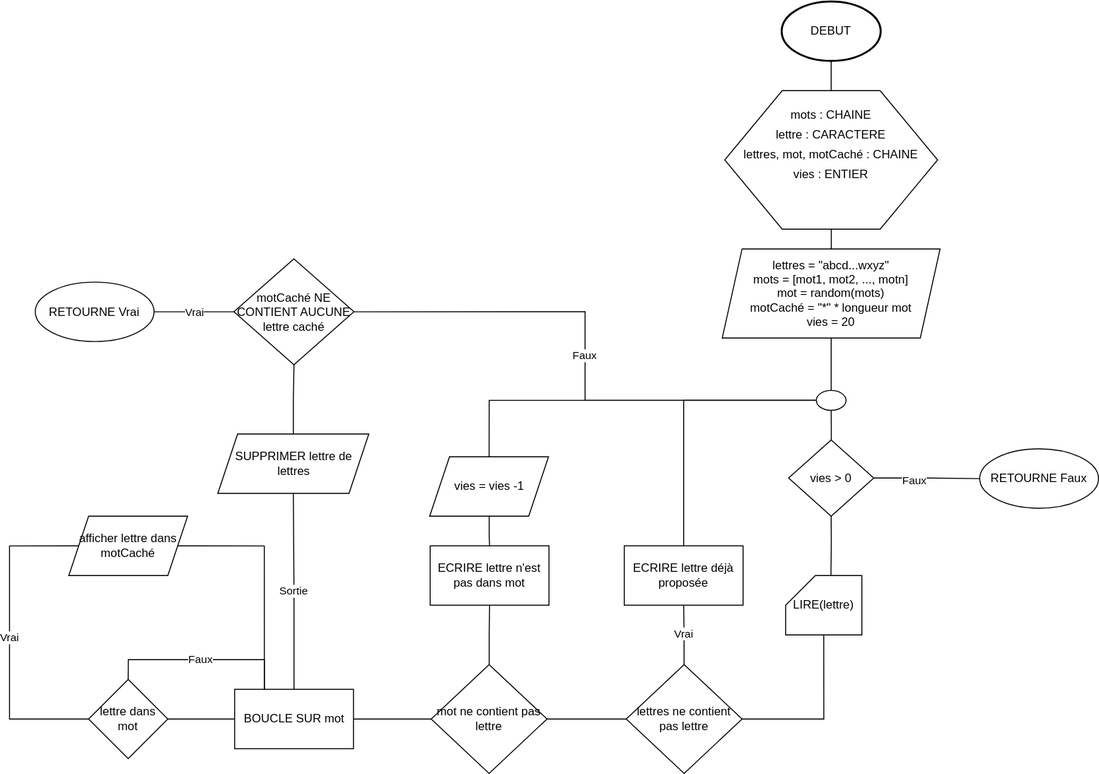
Before: 0869/hangman/hangman.drawio.svg, a diagram exported from draw.io (katseyres/esa). Source tidied: cells renumbered, new cells last; positions are measured from the earlier drawing's top-left corner, leaving out a move shared by most shapes.
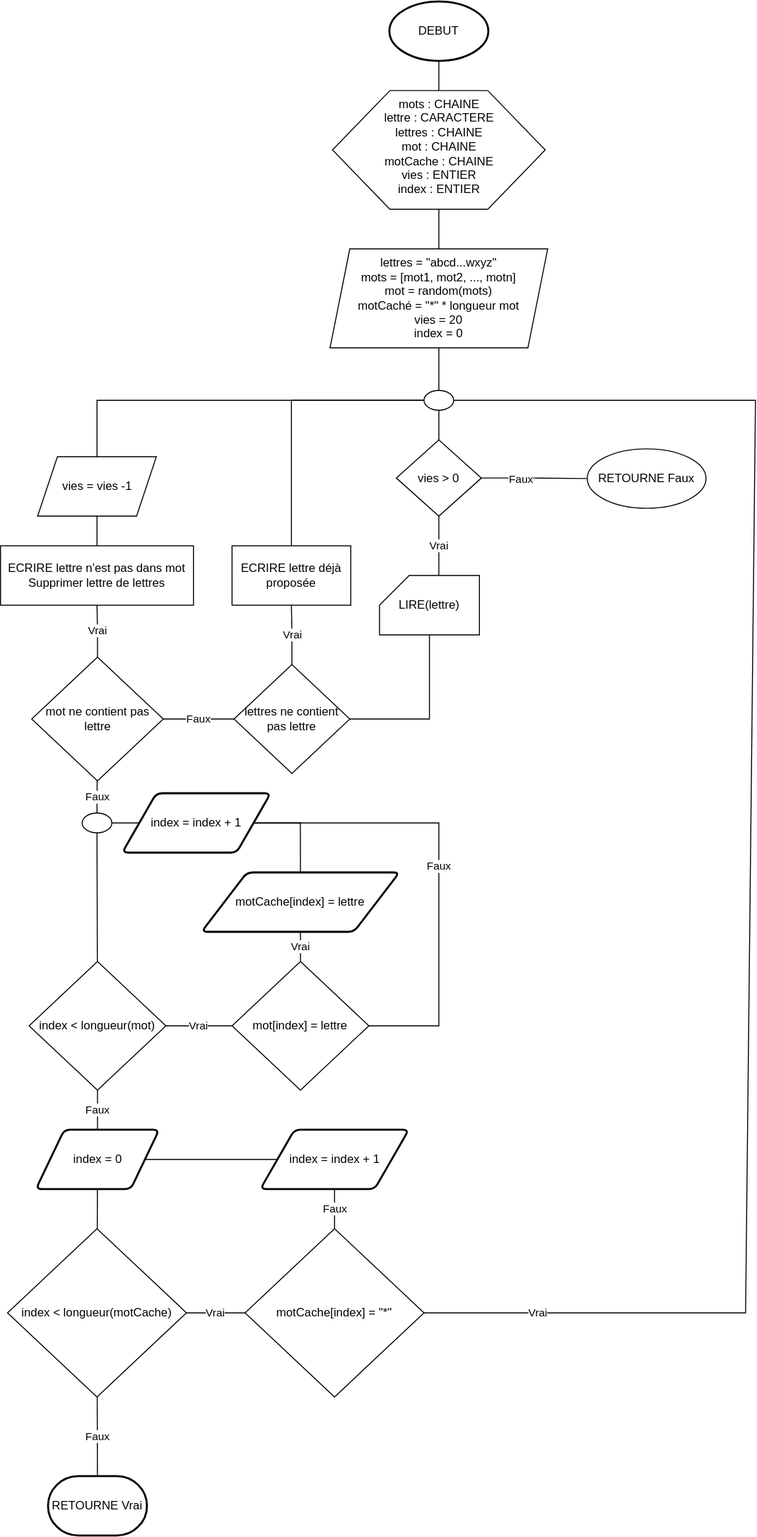
After the commit.

The edit, as a diff of the source:
```diff
@@ -2,8 +2,10 @@
   <root>
     <mxCell id="0" />
     <mxCell id="1" parent="0" />
-    <mxCell id="2" style="edgeStyle=orthogonalEdgeStyle;rounded=0;jettySize=auto;html=1;" parent="1" edge="1" source="3" target="9">
-      <mxGeometry relative="1" as="geometry" />
+    <mxCell id="2" style="edgeStyle=orthogonalEdgeStyle;rounded=0;jettySize=auto;html=1;" parent="1" edge="1" source="3">
+      <mxGeometry relative="1" as="geometry">
+        <mxPoint x="830" y="160" as="targetPoint" />
+      </mxGeometry>
     </mxCell>
     <mxCell id="3" value="DEBUT" style="strokeWidth=2;html=1;shape=mxgraph.flowchart.start_1;whiteSpace=wrap;" parent="1" vertex="1">
       <mxGeometry x="780" width="100" height="60" as="geometry" />
@@ -13,21 +15,9 @@
         <mxPoint x="830" y="260" as="targetPoint" />
       </mxGeometry>
     </mxCell>
-    <mxCell id="5" style="verticalLabelPosition=bottom;verticalAlign=top;html=1;shape=hexagon;perimeter=hexagonPerimeter2;arcSize=6;size=0.27;" parent="1" vertex="1">
-      <mxGeometry x="722.5" y="90" width="215" height="140" as="geometry" />
+    <mxCell id="5" value="mots : CHAINE&lt;br&gt;lettre : CARACTERE&lt;br&gt;lettres : CHAINE&lt;br&gt;mot : CHAINE&lt;br&gt;motCache : CHAINE&lt;br&gt;vies : ENTIER&lt;br&gt;index : ENTIER" style="verticalLabelPosition=center;verticalAlign=top;html=1;shape=hexagon;perimeter=hexagonPerimeter2;arcSize=6;size=0.27;" parent="1" vertex="1">
+      <mxGeometry x="722.5" y="90" width="215" height="120" as="geometry" />
     </mxCell>
-    <mxCell id="6" value="mots : CHAINE" style="text;html=1;strokeColor=none;fillColor=none;align=center;verticalAlign=middle;whiteSpace=wrap;rounded=0;" parent="1" vertex="1">
-      <mxGeometry x="785" y="100" width="90" height="30" as="geometry" />
-    </mxCell>
-    <mxCell id="7" value="lettre : CARACTERE" style="text;html=1;strokeColor=none;fillColor=none;align=center;verticalAlign=middle;whiteSpace=wrap;rounded=0;" parent="1" vertex="1">
-      <mxGeometry x="770" y="120" width="120" height="30" as="geometry" />
-    </mxCell>
-    <mxCell id="8" value="lettres, mot, motCaché : CHAINE" style="text;html=1;strokeColor=none;fillColor=none;align=center;verticalAlign=middle;whiteSpace=wrap;rounded=0;" parent="1" vertex="1">
-      <mxGeometry x="740" y="140" width="180" height="30" as="geometry" />
-    </mxCell>
-    <mxCell id="9" value="vies : ENTIER" style="text;html=1;strokeColor=none;fillColor=none;align=center;verticalAlign=middle;whiteSpace=wrap;rounded=0;" parent="1" vertex="1">
-      <mxGeometry x="790" y="160" width="80" height="30" as="geometry" />
-    </mxCell>
     <mxCell id="10" style="edgeStyle=orthogonalEdgeStyle;rounded=0;jettySize=auto;html=1;endArrow=none;endFill=0;" parent="1" edge="1" source="14" target="16">
       <mxGeometry relative="1" as="geometry" />
     </mxCell>
@@ -39,7 +29,7 @@
         <mxPoint y="4" as="offset" />
       </mxGeometry>
     </mxCell>
-    <mxCell id="13" style="edgeStyle=orthogonalEdgeStyle;rounded=0;jettySize=auto;html=1;exitX=0.5;exitY=1;exitDx=0;exitDy=0;entryX=0.594;entryY=0.013;entryDx=0;entryDy=0;entryPerimeter=0;endArrow=none;endFill=0;" parent="1" edge="1" source="14" target="33">
+    <mxCell id="13" value="Vrai" style="edgeStyle=orthogonalEdgeStyle;rounded=0;jettySize=auto;html=1;exitX=0.5;exitY=1;exitDx=0;exitDy=0;entryX=0.594;entryY=0.013;entryDx=0;entryDy=0;entryPerimeter=0;endArrow=none;endFill=0;" parent="1" edge="1" source="14" target="33">
       <mxGeometry relative="1" as="geometry" />
     </mxCell>
     <mxCell id="14" style="rhombus;whiteSpace=wrap;html=1;" parent="1" vertex="1">
@@ -62,7 +52,7 @@
     <mxCell id="19" value="Vrai" style="edgeStyle=orthogonalEdgeStyle;rounded=0;jettySize=auto;html=1;endArrow=none;endFill=0;" parent="1" edge="1" source="21" target="23">
       <mxGeometry relative="1" as="geometry" />
     </mxCell>
-    <mxCell id="20" style="edgeStyle=orthogonalEdgeStyle;rounded=0;jettySize=auto;html=1;endArrow=none;endFill=0;" parent="1" edge="1" source="21" target="26">
+    <mxCell id="20" value="Faux" style="edgeStyle=orthogonalEdgeStyle;rounded=0;jettySize=auto;html=1;endArrow=none;endFill=0;" parent="1" edge="1" source="21" target="26">
       <mxGeometry relative="1" as="geometry" />
     </mxCell>
     <mxCell id="21" value="lettres ne contient pas lettre" style="rhombus;whiteSpace=wrap;html=1;" parent="1" vertex="1">
@@ -74,20 +64,20 @@
     <mxCell id="23" value="ECRIRE lettre déjà proposée" style="whiteSpace=wrap;html=1;" parent="1" vertex="1">
       <mxGeometry x="621" y="550" width="120" height="60" as="geometry" />
     </mxCell>
-    <mxCell id="24" style="edgeStyle=orthogonalEdgeStyle;rounded=0;jettySize=auto;html=1;endArrow=none;endFill=0;" parent="1" edge="1" source="26" target="27">
+    <mxCell id="24" value="Vrai" style="edgeStyle=orthogonalEdgeStyle;rounded=0;jettySize=auto;html=1;endArrow=none;endFill=0;" parent="1" edge="1" source="26" target="27">
       <mxGeometry relative="1" as="geometry" />
     </mxCell>
-    <mxCell id="25" style="edgeStyle=orthogonalEdgeStyle;rounded=0;jettySize=auto;html=1;endArrow=none;endFill=0;" parent="1" edge="1" source="26" target="36">
-      <mxGeometry relative="1" as="geometry" />
-    </mxCell>
+    <mxCell id="48" value="Faux" style="edgeStyle=none;html=1;endArrow=none;endFill=0;" parent="1" edge="1" source="26" target="50">
+      <mxGeometry relative="1" as="geometry" />
+    </mxCell>
     <mxCell id="26" value="mot ne contient pas lettre" style="rhombus;whiteSpace=wrap;html=1;" parent="1" vertex="1">
-      <mxGeometry x="426" y="670" width="117" height="110" as="geometry" />
+      <mxGeometry x="418.5" y="662.5" width="133" height="125" as="geometry" />
     </mxCell>
-    <mxCell id="27" value="ECRIRE lettre n'est pas dans mot" style="whiteSpace=wrap;html=1;" parent="1" vertex="1">
-      <mxGeometry x="425" y="550" width="120" height="60" as="geometry" />
+    <mxCell id="27" value="ECRIRE lettre n'est pas dans mot&lt;br&gt;Supprimer lettre de lettres" style="whiteSpace=wrap;html=1;" parent="1" vertex="1">
+      <mxGeometry x="387" y="550" width="195" height="60" as="geometry" />
     </mxCell>
-    <mxCell id="28" value="&lt;span&gt;lettres = &quot;abcd...wxyz&quot;&lt;/span&gt;&lt;br&gt;&lt;span&gt;mots = [mot1, mot2, ..., motn]&lt;/span&gt;&lt;br&gt;&lt;span&gt;mot = random(mots)&lt;/span&gt;&lt;br&gt;&lt;span&gt;motCaché = &quot;*&quot; * longueur mot&lt;/span&gt;&lt;br&gt;&lt;span&gt;vies = 20&lt;/span&gt;" style="shape=parallelogram;perimeter=parallelogramPerimeter;whiteSpace=wrap;html=1;fixedSize=1;" parent="1" vertex="1">
-      <mxGeometry x="720" y="250" width="220" height="90" as="geometry" />
+    <mxCell id="28" value="&lt;span&gt;lettres = &quot;abcd...wxyz&quot;&lt;/span&gt;&lt;br&gt;&lt;span&gt;mots = [mot1, mot2, ..., motn]&lt;/span&gt;&lt;br&gt;&lt;span&gt;mot = random(mots)&lt;/span&gt;&lt;br&gt;&lt;span&gt;motCaché = &quot;*&quot; * longueur mot&lt;/span&gt;&lt;br&gt;&lt;span&gt;vies = 20&lt;br&gt;index = 0&lt;br&gt;&lt;/span&gt;" style="shape=parallelogram;perimeter=parallelogramPerimeter;whiteSpace=wrap;html=1;fixedSize=1;" parent="1" vertex="1">
+      <mxGeometry x="720" y="250" width="220" height="100" as="geometry" />
     </mxCell>
     <mxCell id="29" style="edgeStyle=orthogonalEdgeStyle;rounded=0;jettySize=auto;html=1;exitX=0.5;exitY=0;exitDx=0;exitDy=0;entryX=0;entryY=0.5;entryDx=0;entryDy=0;endArrow=none;endFill=0;" parent="1" edge="1" source="31" target="16">
       <mxGeometry relative="1" as="geometry" />
@@ -102,54 +92,92 @@
       <mxGeometry relative="1" as="geometry" />
     </mxCell>
     <mxCell id="33" value="LIRE(lettre)" style="shape=card;whiteSpace=wrap;html=1;" parent="1" vertex="1">
-      <mxGeometry x="784" y="580" width="77" height="60" as="geometry" />
+      <mxGeometry x="770" y="580" width="101" height="60" as="geometry" />
     </mxCell>
-    <mxCell id="34" style="edgeStyle=orthogonalEdgeStyle;rounded=0;jettySize=auto;html=1;endArrow=none;endFill=0;" parent="1" edge="1" source="36" target="39">
-      <mxGeometry relative="1" as="geometry" />
-    </mxCell>
-    <mxCell id="35" value="Sortie" style="edgeStyle=orthogonalEdgeStyle;rounded=0;jettySize=auto;html=1;endArrow=none;endFill=0;" parent="1" edge="1" source="36" target="43">
-      <mxGeometry relative="1" as="geometry" />
-    </mxCell>
-    <mxCell id="36" value="BOUCLE SUR mot" style="whiteSpace=wrap;html=1;" parent="1" vertex="1">
-      <mxGeometry x="227.5" y="695" width="120" height="60" as="geometry" />
-    </mxCell>
-    <mxCell id="37" value="Vrai" style="edgeStyle=orthogonalEdgeStyle;rounded=0;jettySize=auto;html=1;exitX=0;exitY=0.5;exitDx=0;exitDy=0;entryX=0;entryY=0.5;entryDx=0;entryDy=0;endArrow=none;endFill=0;" parent="1" edge="1" source="39" target="41">
-      <mxGeometry relative="1" as="geometry">
-        <Array as="points">
-          <mxPoint y="725" />
-          <mxPoint y="550" />
-        </Array>
-      </mxGeometry>
-    </mxCell>
-    <mxCell id="38" value="Faux" style="edgeStyle=orthogonalEdgeStyle;rounded=0;jettySize=auto;html=1;exitX=0.5;exitY=0;exitDx=0;exitDy=0;entryX=0.25;entryY=0;entryDx=0;entryDy=0;endArrow=none;endFill=0;" parent="1" edge="1" source="39" target="36">
-      <mxGeometry relative="1" as="geometry" />
-    </mxCell>
-    <mxCell id="39" value="lettre dans mot" style="rhombus;whiteSpace=wrap;html=1;" parent="1" vertex="1">
-      <mxGeometry x="80" y="685" width="80" height="80" as="geometry" />
-    </mxCell>
-    <mxCell id="40" style="edgeStyle=orthogonalEdgeStyle;rounded=0;jettySize=auto;html=1;exitX=1;exitY=0.5;exitDx=0;exitDy=0;entryX=0.25;entryY=0;entryDx=0;entryDy=0;endArrow=none;endFill=0;" parent="1" edge="1" source="41" target="36">
-      <mxGeometry relative="1" as="geometry" />
-    </mxCell>
-    <mxCell id="41" value="afficher lettre dans motCaché" style="shape=parallelogram;perimeter=parallelogramPerimeter;whiteSpace=wrap;html=1;fixedSize=1;" parent="1" vertex="1">
-      <mxGeometry x="60" y="520" width="120" height="60" as="geometry" />
-    </mxCell>
-    <mxCell id="42" style="edgeStyle=orthogonalEdgeStyle;rounded=0;jettySize=auto;html=1;endArrow=none;endFill=0;" parent="1" edge="1" source="43" target="46">
-      <mxGeometry relative="1" as="geometry" />
-    </mxCell>
-    <mxCell id="43" value="SUPPRIMER lettre de lettres" style="shape=parallelogram;perimeter=parallelogramPerimeter;whiteSpace=wrap;html=1;fixedSize=1;" parent="1" vertex="1">
-      <mxGeometry x="210.5" y="437" width="152.5" height="60" as="geometry" />
-    </mxCell>
-    <mxCell id="44" value="Faux" style="edgeStyle=orthogonalEdgeStyle;rounded=0;jettySize=auto;html=1;exitX=1;exitY=0.5;exitDx=0;exitDy=0;entryX=0;entryY=0.5;entryDx=0;entryDy=0;endArrow=none;endFill=0;" parent="1" edge="1" source="46" target="16">
-      <mxGeometry relative="1" as="geometry" />
-    </mxCell>
-    <mxCell id="45" value="Vrai" style="edgeStyle=orthogonalEdgeStyle;rounded=0;jettySize=auto;html=1;endArrow=none;endFill=0;" parent="1" edge="1" source="46" target="47">
-      <mxGeometry relative="1" as="geometry" />
-    </mxCell>
-    <mxCell id="46" value="motCaché NE CONTIENT AUCUNE lettre caché" style="rhombus;whiteSpace=wrap;html=1;" parent="1" vertex="1">
-      <mxGeometry x="226.8" y="260" width="121.2" height="107" as="geometry" />
-    </mxCell>
+    <mxCell id="49" style="edgeStyle=none;html=1;endArrow=none;endFill=0;" parent="1" edge="1" source="50" target="53">
+      <mxGeometry relative="1" as="geometry" />
+    </mxCell>
+    <mxCell id="50" style="ellipse;whiteSpace=wrap;html=1;" parent="1" vertex="1">
+      <mxGeometry x="469.5" y="820" width="30" height="20" as="geometry" />
+    </mxCell>
+    <mxCell id="51" value="Vrai" style="edgeStyle=none;html=1;endArrow=none;endFill=0;" parent="1" edge="1" source="53" target="56">
+      <mxGeometry relative="1" as="geometry" />
+    </mxCell>
+    <mxCell id="52" value="Faux" style="edgeStyle=none;rounded=0;html=1;endArrow=none;endFill=0;" parent="1" edge="1" source="53">
+      <mxGeometry relative="1" as="geometry">
+        <mxPoint x="485" y="1140" as="targetPoint" />
+      </mxGeometry>
+    </mxCell>
+    <mxCell id="53" value="index &amp;lt; longueur(mot)" style="rhombus;whiteSpace=wrap;html=1;" parent="1" vertex="1">
+      <mxGeometry x="415.9" y="970" width="138.3" height="130" as="geometry" />
+    </mxCell>
+    <mxCell id="54" value="Vrai" style="edgeStyle=none;html=1;endArrow=none;endFill=0;" parent="1" edge="1" source="56" target="58">
+      <mxGeometry relative="1" as="geometry" />
+    </mxCell>
+    <mxCell id="55" value="Faux" style="edgeStyle=none;rounded=0;html=1;exitX=1;exitY=0.5;exitDx=0;exitDy=0;entryX=1;entryY=0.5;entryDx=0;entryDy=0;endArrow=none;endFill=0;" parent="1" edge="1" source="56" target="63">
+      <mxGeometry relative="1" as="geometry">
+        <Array as="points">
+          <mxPoint x="830" y="1035" />
+          <mxPoint x="830" y="830" />
+        </Array>
+      </mxGeometry>
+    </mxCell>
+    <mxCell id="56" value="mot[index] = lettre" style="rhombus;whiteSpace=wrap;html=1;" parent="1" vertex="1">
+      <mxGeometry x="621" y="970" width="138.3" height="130" as="geometry" />
+    </mxCell>
+    <mxCell id="57" style="edgeStyle=none;rounded=0;html=1;exitX=0.5;exitY=0;exitDx=0;exitDy=0;entryX=1;entryY=0.5;entryDx=0;entryDy=0;endArrow=none;endFill=0;" parent="1" edge="1" source="58" target="63">
+      <mxGeometry relative="1" as="geometry">
+        <Array as="points">
+          <mxPoint x="690" y="830" />
+        </Array>
+      </mxGeometry>
+    </mxCell>
+    <mxCell id="58" value="motCache[index] = lettre" style="shape=parallelogram;html=1;strokeWidth=2;perimeter=parallelogramPerimeter;whiteSpace=wrap;rounded=1;arcSize=12;size=0.23;" parent="1" vertex="1">
+      <mxGeometry x="590.1" y="880" width="200" height="60" as="geometry" />
+    </mxCell>
+    <mxCell id="59" style="edgeStyle=none;rounded=0;html=1;endArrow=none;endFill=0;" parent="1" edge="1" source="60" target="61">
+      <mxGeometry relative="1" as="geometry" />
+    </mxCell>
+    <mxCell id="60" value="index = 0" style="shape=parallelogram;html=1;strokeWidth=2;perimeter=parallelogramPerimeter;whiteSpace=wrap;rounded=1;arcSize=12;size=0.23;" parent="1" vertex="1">
+      <mxGeometry x="422.8" y="1140" width="124.5" height="60" as="geometry" />
+    </mxCell>
+    <mxCell id="61" value="index &amp;lt; longueur(motCache)" style="rhombus;whiteSpace=wrap;html=1;" parent="1" vertex="1">
+      <mxGeometry x="394.1" y="1240" width="180.8" height="170" as="geometry" />
+    </mxCell>
+    <mxCell id="62" style="edgeStyle=none;rounded=0;html=1;endArrow=none;endFill=0;" parent="1" edge="1" source="63" target="50">
+      <mxGeometry relative="1" as="geometry" />
+    </mxCell>
+    <mxCell id="63" value="index = index + 1" style="shape=parallelogram;html=1;strokeWidth=2;perimeter=parallelogramPerimeter;whiteSpace=wrap;rounded=1;arcSize=12;size=0.23;" parent="1" vertex="1">
+      <mxGeometry x="510" y="800" width="150" height="60" as="geometry" />
+    </mxCell>
+    <mxCell id="64" value="Vrai" style="edgeStyle=none;rounded=0;html=1;endArrow=none;endFill=0;" parent="1" edge="1" source="67" target="61">
+      <mxGeometry relative="1" as="geometry" />
+    </mxCell>
+    <mxCell id="65" value="Vrai" style="edgeStyle=none;rounded=0;html=1;exitX=1;exitY=0.5;exitDx=0;exitDy=0;entryX=1;entryY=0.5;entryDx=0;entryDy=0;endArrow=none;endFill=0;" parent="1" edge="1" source="67" target="16">
+      <mxGeometry x="-0.85" relative="1" as="geometry">
+        <Array as="points">
+          <mxPoint x="1140" y="1325" />
+          <mxPoint x="1150" y="403" />
+        </Array>
+      </mxGeometry>
+    </mxCell>
+    <mxCell id="66" value="Faux" style="edgeStyle=none;rounded=0;html=1;endArrow=none;endFill=0;" parent="1" edge="1" source="67" target="69">
+      <mxGeometry relative="1" as="geometry" />
+    </mxCell>
+    <mxCell id="67" value="motCache[index] = &quot;*&quot;" style="rhombus;whiteSpace=wrap;html=1;" parent="1" vertex="1">
+      <mxGeometry x="634.2" y="1240" width="180.8" height="170" as="geometry" />
+    </mxCell>
+    <mxCell id="68" style="edgeStyle=none;rounded=0;html=1;endArrow=none;endFill=0;" parent="1" edge="1" source="69" target="60">
+      <mxGeometry relative="1" as="geometry" />
+    </mxCell>
+    <mxCell id="69" value="index = index + 1" style="shape=parallelogram;html=1;strokeWidth=2;perimeter=parallelogramPerimeter;whiteSpace=wrap;rounded=1;arcSize=12;size=0.23;" parent="1" vertex="1">
+      <mxGeometry x="649.6" y="1140" width="150" height="60" as="geometry" />
+    </mxCell>
+    <mxCell id="70" value="Faux" style="edgeStyle=none;rounded=0;html=1;endArrow=none;endFill=0;" parent="1" edge="1" source="47" target="61">
+      <mxGeometry relative="1" as="geometry" />
+    </mxCell>
-    <mxCell id="47" value="RETOURNE Vrai" style="ellipse;whiteSpace=wrap;html=1;" parent="1" vertex="1">
-      <mxGeometry x="26.1" y="283.5" width="120" height="60" as="geometry" />
+    <mxCell id="47" value="RETOURNE Vrai" style="strokeWidth=2;html=1;shape=mxgraph.flowchart.terminator;whiteSpace=wrap;" parent="1" vertex="1">
+      <mxGeometry x="435" y="1490" width="100" height="60" as="geometry" />
     </mxCell>
   </root>
 </mxGraphModel>
```
